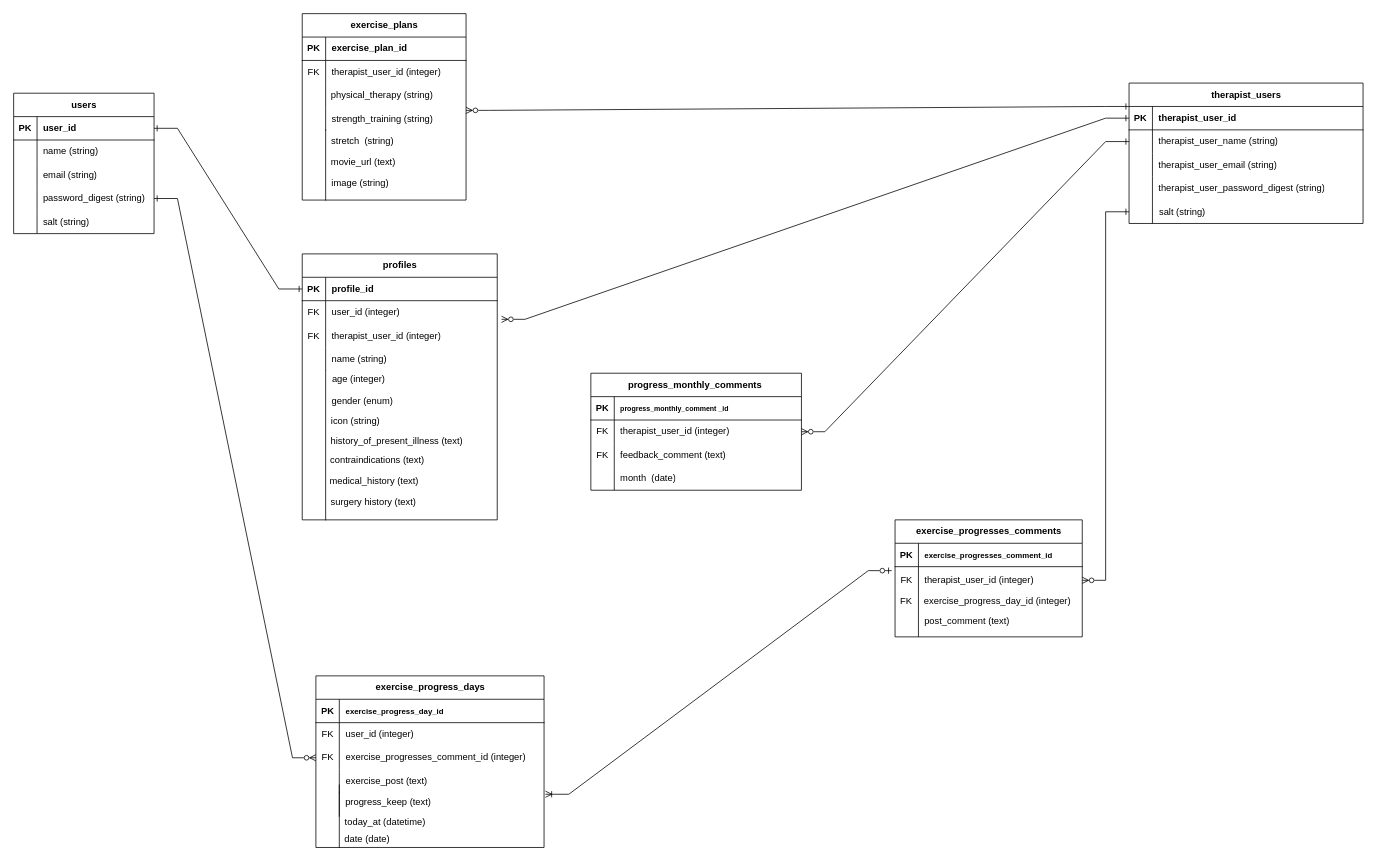
Before: ER図.drawio in shimicha/rehabili_tracking_app, a draw.io diagram. Source tidied: cells renumbered, new cells numbered last; positions are measured from the earlier drawing's top-left corner, leaving out a move shared by most shapes. Both pictures are drawn from the tidied source at 78%, with x=0, y=0 at pixel (13, 13).
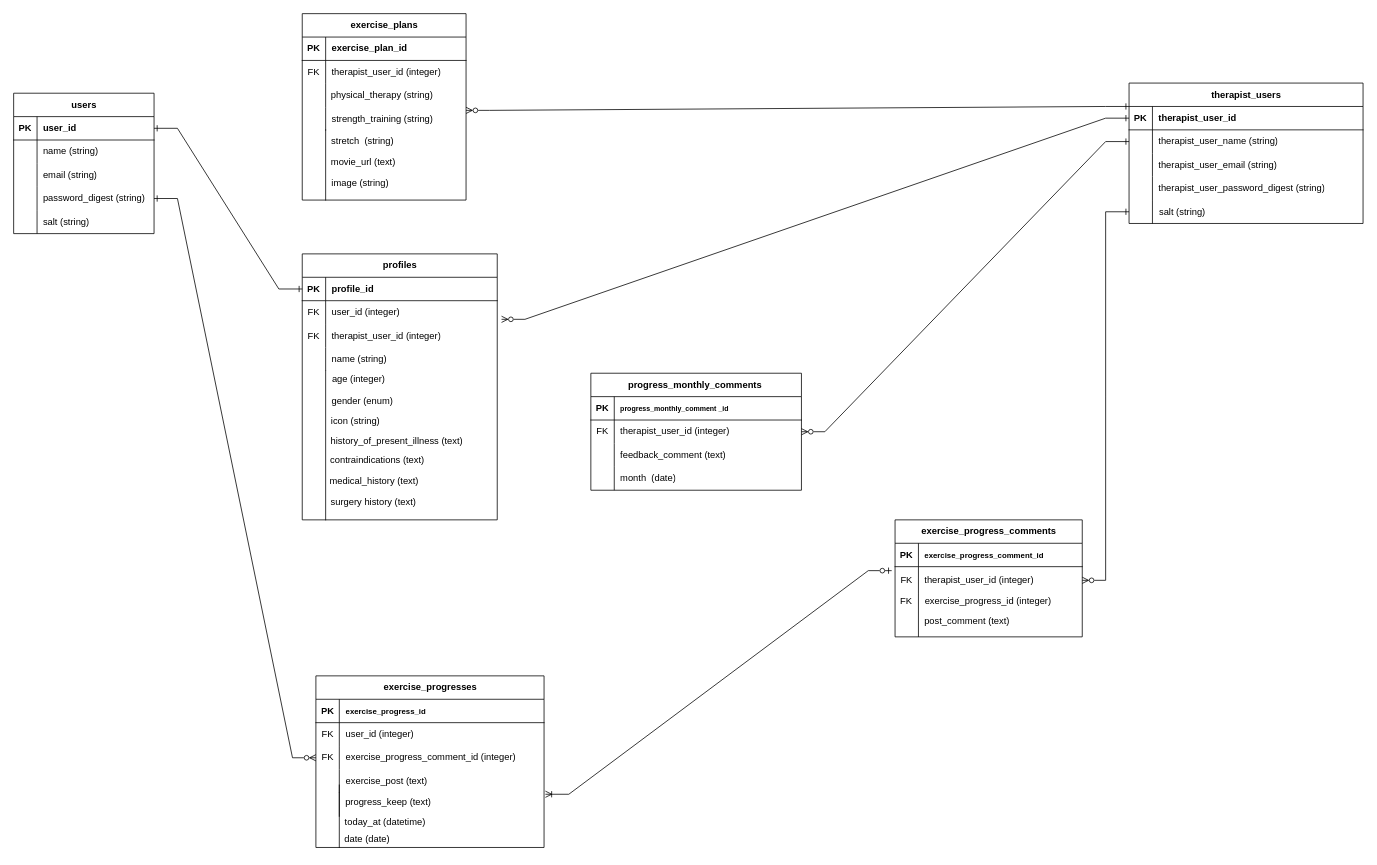
The same page after the edit.

Commit message:
ER図.drawio を更新します

Unchanged cells that the change refers to:
```xml
<mxCell id="45" style="shape=tableRow;horizontal=0;startSize=0;swimlaneHead=0;swimlaneBody=0;fillColor=none;top=0;left=0;right=0;bottom=1;" parent="44" vertex="1">
  <mxGeometry y="30" width="240" height="30" as="geometry" />
</mxCell>
<mxCell id="61" style="shape=tableRow;horizontal=0;startSize=0;swimlaneHead=0;swimlaneBody=0;fillColor=none;top=0;left=0;right=0;bottom=0;" parent="54" vertex="1">
  <mxGeometry y="90" width="270" height="30" as="geometry" />
</mxCell>
<mxCell id="91" style="shape=tableRow;horizontal=0;startSize=0;swimlaneHead=0;swimlaneBody=0;fillColor=none;top=0;left=0;right=0;bottom=1;" parent="90" vertex="1">
  <mxGeometry y="30" width="292.5" height="30" as="geometry" />
</mxCell>
<mxCell id="97" style="shape=tableRow;horizontal=0;startSize=0;swimlaneHead=0;swimlaneBody=0;fillColor=none;points=[[0,0.5],[1,0.5]];portConstraint=eastwest;top=0;left=0;right=0;bottom=0;" parent="90" vertex="1">
  <mxGeometry y="90" width="292.5" height="30" as="geometry" />
</mxCell>
```

Diff of the diagram source:
```diff
@@
-    <mxCell id="44" value="exercise_progresses_comments" style="shape=table;startSize=30;childLayout=tableLayout;rowLines=0;fontStyle=1;align=center;html=1;strokeColor=default;" parent="1" vertex="1">
+    <mxCell id="44" value="exercise_progress_comments" style="shape=table;startSize=30;childLayout=tableLayout;rowLines=0;fontStyle=1;align=center;html=1;strokeColor=default;" parent="1" vertex="1">
       <mxGeometry x="1130" y="649" width="240" height="150" as="geometry" />
     </mxCell>
@@
-    <mxCell id="47" value="&lt;font style=&quot;font-size: 10px;&quot;&gt;exercise_progresses_comment_id&lt;/font&gt;" style="shape=partialRectangle;fillColor=none;top=0;left=0;bottom=0;right=0;align=left;spacingLeft=6;fontStyle=1;overflow=hidden;whiteSpace=wrap;html=1;" parent="45" vertex="1">
+    <mxCell id="47" value="&lt;font style=&quot;font-size: 10px;&quot;&gt;exercise_progress_comment_id&lt;/font&gt;" style="shape=partialRectangle;fillColor=none;top=0;left=0;bottom=0;right=0;align=left;spacingLeft=6;fontStyle=1;overflow=hidden;whiteSpace=wrap;html=1;" parent="45" vertex="1">
       <mxGeometry x="30" width="210" height="30" as="geometry" />
     </mxCell>
@@
-    <mxCell id="62" value="FK" style="shape=partialRectangle;fillColor=none;top=0;left=0;bottom=0;right=0;overflow=hidden;whiteSpace=wrap;html=1;" parent="61" vertex="1">
+    <mxCell id="62" style="shape=partialRectangle;fillColor=none;top=0;left=0;bottom=0;right=0;overflow=hidden;whiteSpace=wrap;html=1;" parent="61" vertex="1">
       <mxGeometry width="30" height="30" as="geometry" />
     </mxCell>
@@
-    <mxCell id="90" value="exercise_progress_days" style="shape=table;startSize=30;childLayout=tableLayout;rowLines=0;fontStyle=1;align=center;html=1;strokeColor=default;" parent="1" vertex="1">
+    <mxCell id="90" value="exercise_progresses" style="shape=table;startSize=30;childLayout=tableLayout;rowLines=0;fontStyle=1;align=center;html=1;strokeColor=default;" parent="1" vertex="1">
       <mxGeometry x="387.5" y="849" width="292.5" height="220" as="geometry" />
     </mxCell>
@@
-    <mxCell id="93" value="&lt;font style=&quot;font-size: 10px;&quot;&gt;exercise_progress_day_id&lt;/font&gt;" style="shape=partialRectangle;fillColor=none;top=0;left=0;bottom=0;right=0;align=left;spacingLeft=6;fontStyle=1;overflow=hidden;whiteSpace=wrap;html=1;" parent="91" vertex="1">
+    <mxCell id="93" value="&lt;font style=&quot;font-size: 10px;&quot;&gt;exercise_progress_id&lt;/font&gt;" style="shape=partialRectangle;fillColor=none;top=0;left=0;bottom=0;right=0;align=left;spacingLeft=6;fontStyle=1;overflow=hidden;whiteSpace=wrap;html=1;" parent="91" vertex="1">
       <mxGeometry x="30" width="262.5" height="30" as="geometry" />
     </mxCell>
@@
-    <mxCell id="99" value="exercise_progresses_comment_id (integer)" style="shape=partialRectangle;fillColor=none;top=0;left=0;bottom=0;right=0;align=left;spacingLeft=6;overflow=hidden;whiteSpace=wrap;html=1;" parent="97" vertex="1">
+    <mxCell id="99" value="exercise_progress_comment_id (integer)" style="shape=partialRectangle;fillColor=none;top=0;left=0;bottom=0;right=0;align=left;spacingLeft=6;overflow=hidden;whiteSpace=wrap;html=1;" parent="97" vertex="1">
       <mxGeometry x="30" width="262.5" height="30" as="geometry" />
     </mxCell>
@@
-    <mxCell id="103" value="exercise_progress_day_id (integer)" style="text;html=1;align=center;verticalAlign=middle;strokeColor=none;fillColor=none;fontSize=12;fontFamily=Helvetica;fontColor=default;" parent="1" vertex="1">
-      <mxGeometry x="1156" y="739" width="210" height="30" as="geometry" />
+    <mxCell id="103" value="exercise_progress_id (integer)" style="text;html=1;align=center;verticalAlign=middle;strokeColor=none;fillColor=none;fontSize=12;fontFamily=Helvetica;fontColor=default;" parent="1" vertex="1">
+      <mxGeometry x="1154" y="739" width="190" height="30" as="geometry" />
     </mxCell>
```
